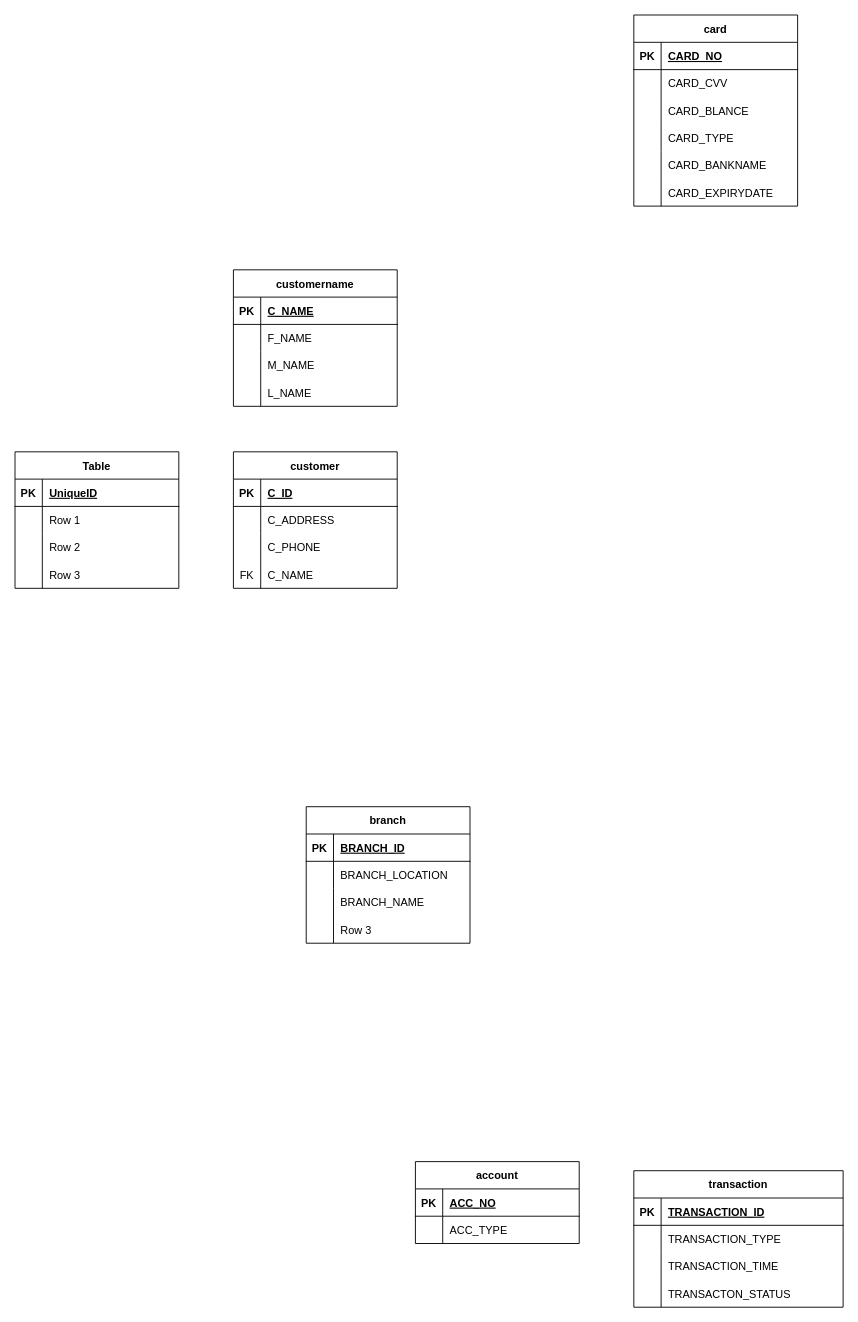
This is atmbank.drawio from Meoleodeo/erd-sth, a draw.io file, before an edit. Source tidied: cells renumbered, new cells numbered last; positions are measured from the earlier drawing's top-left corner, leaving out a move shared by most shapes. Both pictures are drawn from the tidied source at 91%, with x=0, y=0 at pixel (15, 15).
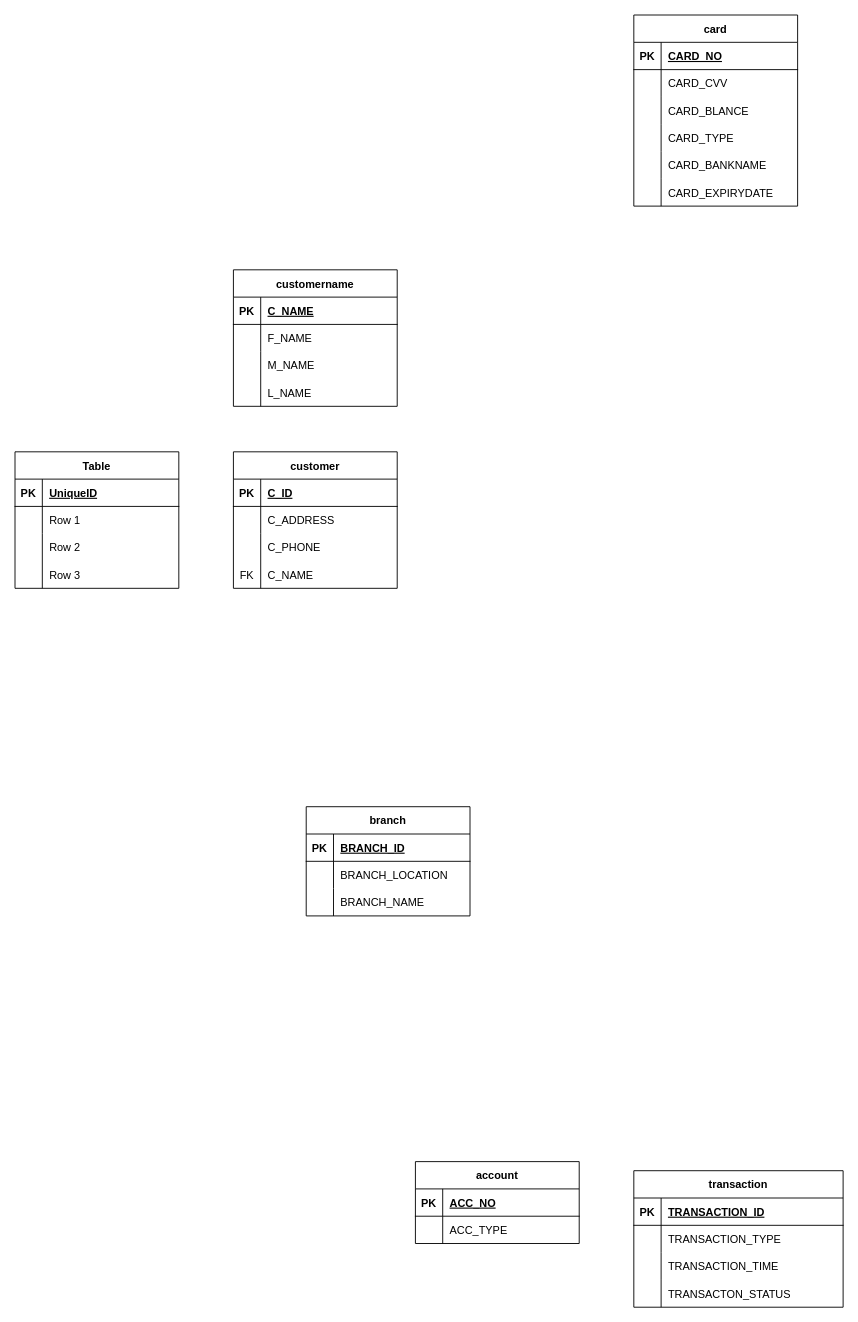
The same diagram, later.

Commit message (it also covers changes not shown here):
Cập nhật atmbank.drawio

The edit, as a diff of the source:
```diff
@@
     <mxCell id="80" value="branch" style="shape=table;startSize=30;childLayout=tableLayout;rowLines=0;fontStyle=1;align=center;" parent="1" vertex="1">
-      <mxGeometry x="320" y="870" width="180" height="150" as="geometry" />
+      <mxGeometry x="320" y="870" width="180" height="120" as="geometry" />
     </mxCell>
@@
-    <mxCell id="90" style="shape=tableRow;horizontal=0;startSize=0;swimlaneHead=0;swimlaneBody=0;fillColor=none;top=0;left=0;right=0;bottom=0;" parent="80" vertex="1">
-      <mxGeometry y="120" width="180" height="30" as="geometry" />
-    </mxCell>
-    <mxCell id="91" style="shape=partialRectangle;fillColor=none;top=0;left=0;bottom=0;right=0;overflow=hidden;" parent="90" vertex="1">
-      <mxGeometry width="30" height="30" as="geometry" />
-    </mxCell>
-    <mxCell id="92" value="Row 3" style="shape=partialRectangle;fillColor=none;top=0;left=0;bottom=0;right=0;align=left;spacingLeft=6;overflow=hidden;" parent="90" vertex="1">
-      <mxGeometry x="30" width="150" height="30" as="geometry" />
-    </mxCell>
```
